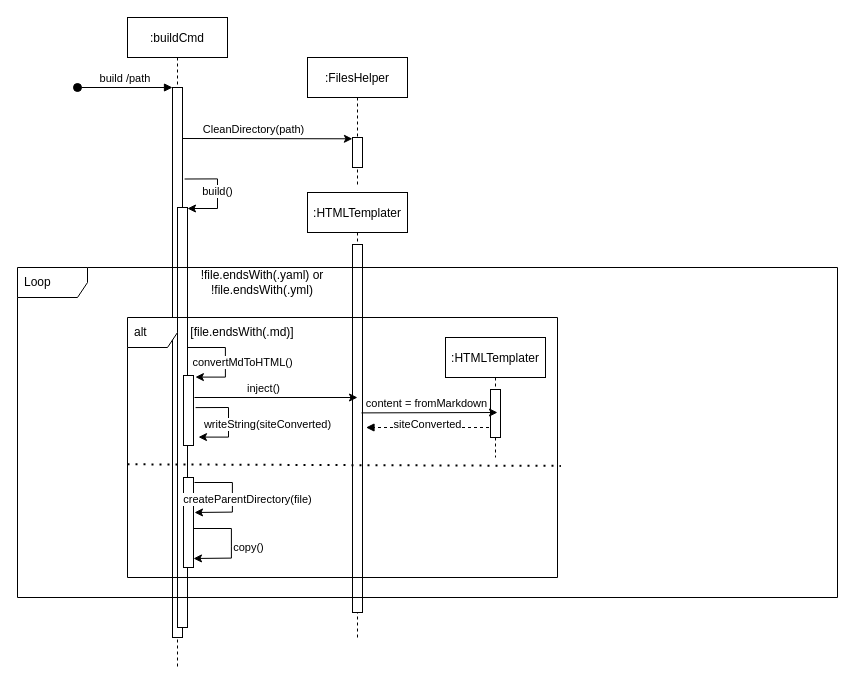
lgtm-migrator/projet-marengo_rosset_silvestri_tissot keeps this draw.io diagram as DiagrammeSequence.drawio. Above is the earlier version. Source tidied: cells renumbered, new cells numbered last; positions are measured from the earlier drawing's top-left corner, leaving out a move shared by most shapes. Both pictures are drawn from the tidied source at 100%, with x=0, y=0 at pixel (17, 17).
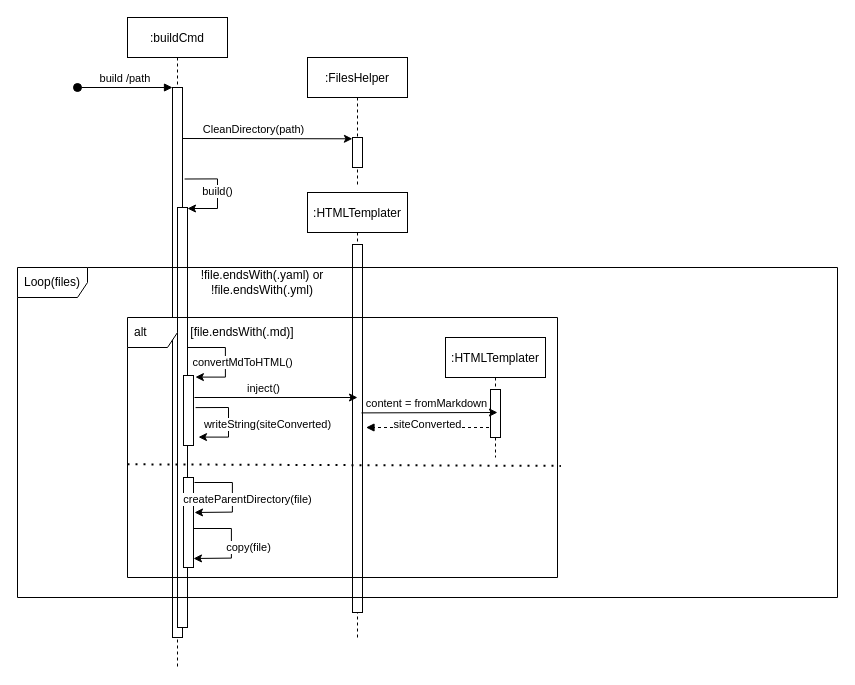
After the change.

Commit message:
Correction de la loop.

Change to the diagram source:
```diff
@@
-    <mxCell id="13" value="Loop" style="shape=umlFrame;whiteSpace=wrap;html=1;width=70;height=30;boundedLbl=1;verticalAlign=middle;align=left;spacingLeft=5;" parent="1" vertex="1">
+    <mxCell id="13" value="Loop(files)" style="shape=umlFrame;whiteSpace=wrap;html=1;width=70;height=30;boundedLbl=1;verticalAlign=middle;align=left;spacingLeft=5;" parent="1" vertex="1">
       <mxGeometry y="250" width="820" height="330" as="geometry" />
     </mxCell>
@@
-    <mxCell id="31" value="copy()" style="endArrow=classic;html=1;rounded=0;exitX=0;exitY=1;exitDx=0;exitDy=0;" parent="1" edge="1">
+    <mxCell id="31" value="copy(file)" style="endArrow=classic;html=1;rounded=0;exitX=0;exitY=1;exitDx=0;exitDy=0;" parent="1" edge="1">
       <mxGeometry x="0.09" y="17" relative="1" as="geometry">
         <mxPoint x="176" y="511" as="sourcePoint" />
         <mxPoint x="176" y="541" as="targetPoint" />
         <Array as="points">
           <mxPoint x="213.9" y="511" />
           <mxPoint x="213.9" y="528.6" />
           <mxPoint x="213.9" y="540.6" />
         </Array>
       </mxGeometry>
     </mxCell>
```
